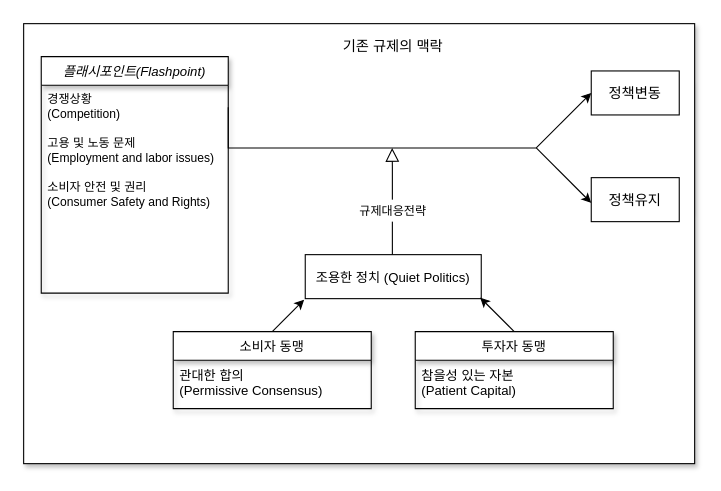
Above: Diagram_Class.drawio in kjsang/analysis.coupang (draw.io), before the change. Source tidied: cells renumbered, new cells numbered last; positions are measured from the earlier drawing's top-left corner, leaving out a move shared by most shapes. Both pictures are drawn from the tidied source at 110%, with x=0, y=0 at pixel (23, 23).
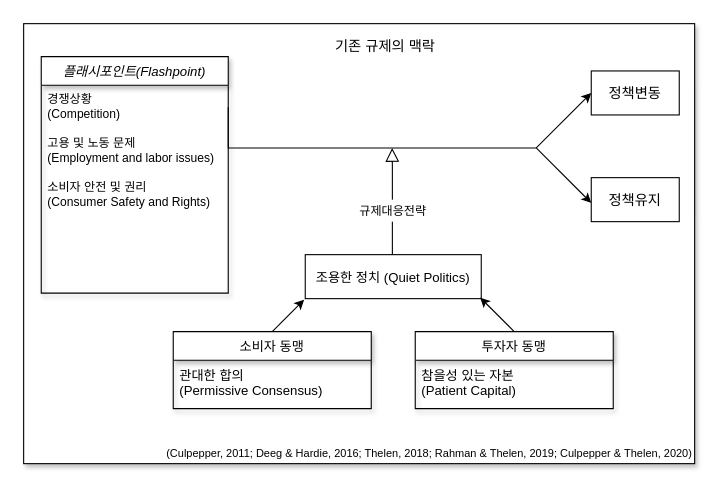
The same page after the edit.

Diff of the diagram source:
```diff
@@
     <mxCell id="12" value="기존 규제의 맥락" style="text;html=1;strokeColor=none;fillColor=none;align=center;verticalAlign=middle;whiteSpace=wrap;rounded=0;shadow=1;fontSize=13;" parent="1" vertex="1">
-      <mxGeometry x="263" y="10" width="146" height="20" as="geometry" />
+      <mxGeometry x="256" y="10" width="146" height="20" as="geometry" />
     </mxCell>
@@
+    <mxCell id="24" value="(Culpepper, 2011; Deeg &amp;amp; Hardie, 2016; Thelen, 2018;&amp;nbsp;Rahman &amp;amp; Thelen, 2019; Culpepper &amp;amp; Thelen, 2020)" style="text;html=1;strokeColor=none;fillColor=none;align=right;verticalAlign=middle;whiteSpace=wrap;rounded=0;fontSize=10;" parent="1" vertex="1">
+      <mxGeometry y="380" width="610" height="20" as="geometry" />
+    </mxCell>
```
